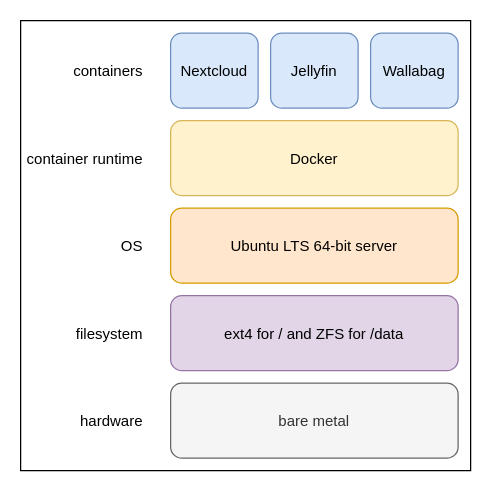
The draw.io diagram book/img/service-stack.drawio in meonkeys/shb, before the edit. Source tidied: cells renumbered, new cells numbered last; positions are measured from the earlier drawing's top-left corner, leaving out a move shared by most shapes. Both pictures are drawn from the tidied source at 125%, with x=0, y=0 at pixel (20, 20).
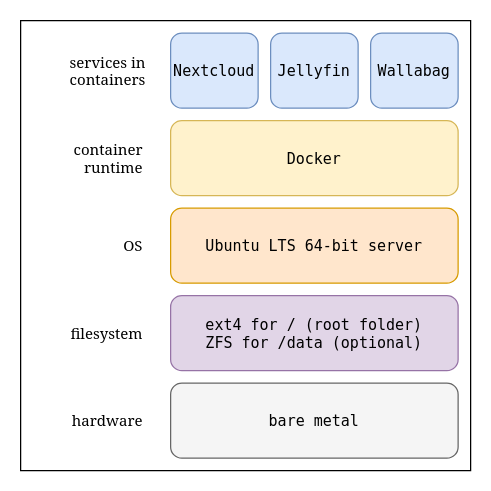
The same page after the edit.

Commit message (it also covers changes not shown here):
improve service stack diagram and caption

Diff of the diagram source:
```diff
@@
 <mxGraphModel>
   <root>
     <mxCell id="0" />
     <mxCell id="1" parent="0" />
     <mxCell id="2" style="rounded=0;whiteSpace=wrap;html=1;" parent="1" vertex="1">
       <mxGeometry width="360" height="360" as="geometry" />
     </mxCell>
-    <mxCell id="3" value="bare metal" style="rounded=1;fillColor=#f5f5f5;fontColor=#333333;strokeColor=#666666;shadow=0;" parent="1" vertex="1">
+    <mxCell id="3" value="bare metal" style="rounded=1;fillColor=#f5f5f5;fontColor=default;strokeColor=#666666;shadow=0;fontFamily=monospace;" parent="1" vertex="1">
       <mxGeometry x="120" y="290" width="230" height="60" as="geometry" />
     </mxCell>
-    <mxCell id="4" value="Ubuntu LTS 64-bit server" style="rounded=1;fillColor=#ffe6cc;strokeColor=#d79b00;shadow=0;" parent="1" vertex="1">
+    <mxCell id="4" value="Ubuntu LTS 64-bit server" style="rounded=1;fillColor=#ffe6cc;strokeColor=#d79b00;shadow=0;fontFamily=monospace;" parent="1" vertex="1">
       <mxGeometry x="120" y="150" width="230" height="60" as="geometry" />
     </mxCell>
-    <mxCell id="5" value="ext4 for / and ZFS for /data" style="rounded=1;fillColor=#e1d5e7;strokeColor=#9673a6;shadow=0;" parent="1" vertex="1">
+    <mxCell id="5" value="ext4 for / (root folder)&#10;ZFS for /data (optional)" style="rounded=1;fillColor=#e1d5e7;strokeColor=#9673a6;shadow=0;fontFamily=monospace;" parent="1" vertex="1">
       <mxGeometry x="120" y="220" width="230" height="60" as="geometry" />
     </mxCell>
-    <mxCell id="6" value="Docker" style="rounded=1;fillColor=#fff2cc;strokeColor=#d6b656;glass=0;shadow=0;verticalAlign=middle;" parent="1" vertex="1">
+    <mxCell id="6" value="Docker" style="rounded=1;fillColor=#fff2cc;strokeColor=#d6b656;glass=0;shadow=0;verticalAlign=middle;fontFamily=monospace;" parent="1" vertex="1">
       <mxGeometry x="120" y="80" width="230" height="60" as="geometry" />
     </mxCell>
-    <mxCell id="7" value="Nextcloud" style="rounded=1;fillColor=#dae8fc;strokeColor=#6c8ebf;rotation=0;shadow=0;" parent="1" vertex="1">
+    <mxCell id="7" value="Nextcloud" style="rounded=1;fillColor=#dae8fc;strokeColor=#6c8ebf;rotation=0;shadow=0;fontFamily=monospace;" parent="1" vertex="1">
       <mxGeometry x="120" y="10" width="70" height="60" as="geometry" />
     </mxCell>
-    <mxCell id="8" value="Jellyfin" style="rounded=1;fillColor=#dae8fc;strokeColor=#6c8ebf;shadow=0;" parent="1" vertex="1">
+    <mxCell id="8" value="Jellyfin" style="rounded=1;fillColor=#dae8fc;strokeColor=#6c8ebf;shadow=0;fontFamily=monospace;" parent="1" vertex="1">
       <mxGeometry x="200" y="10" width="70" height="60" as="geometry" />
     </mxCell>
-    <mxCell id="9" value="Wallabag" style="rounded=1;fillColor=#dae8fc;strokeColor=#6c8ebf;shadow=0;" parent="1" vertex="1">
+    <mxCell id="9" value="Wallabag" style="rounded=1;fillColor=#dae8fc;strokeColor=#6c8ebf;shadow=0;fontFamily=monospace;" parent="1" vertex="1">
       <mxGeometry x="280" y="10" width="70" height="60" as="geometry" />
     </mxCell>
-    <mxCell id="10" value="hardware" style="text;strokeColor=none;align=right;fillColor=none;verticalAlign=middle;rounded=1;shadow=0;" parent="1" vertex="1">
+    <mxCell id="10" value="hardware" style="text;strokeColor=none;align=right;fillColor=none;verticalAlign=middle;rounded=1;shadow=0;fontFamily=Noto Serif;" parent="1" vertex="1">
       <mxGeometry x="40" y="305" width="60" height="30" as="geometry" />
     </mxCell>
-    <mxCell id="11" value="OS" style="text;strokeColor=none;align=right;fillColor=none;verticalAlign=middle;rounded=1;shadow=0;" parent="1" vertex="1">
+    <mxCell id="11" value="OS" style="text;strokeColor=none;align=right;fillColor=none;verticalAlign=middle;rounded=1;shadow=0;fontFamily=Noto Serif;" parent="1" vertex="1">
       <mxGeometry x="40" y="165" width="60" height="30" as="geometry" />
     </mxCell>
-    <mxCell id="12" value="filesystem" style="text;strokeColor=none;align=right;fillColor=none;verticalAlign=middle;rounded=1;shadow=0;" parent="1" vertex="1">
+    <mxCell id="12" value="filesystem" style="text;strokeColor=none;align=right;fillColor=none;verticalAlign=middle;rounded=1;shadow=0;fontFamily=Noto Serif;" parent="1" vertex="1">
       <mxGeometry x="40" y="235" width="60" height="30" as="geometry" />
     </mxCell>
-    <mxCell id="13" value="container runtime" style="text;strokeColor=none;align=right;fillColor=none;verticalAlign=middle;rounded=1;shadow=0;" parent="1" vertex="1">
+    <mxCell id="13" value="container&#10;runtime" style="text;strokeColor=none;align=right;fillColor=none;verticalAlign=middle;rounded=1;shadow=0;fontFamily=Noto Serif;" parent="1" vertex="1">
       <mxGeometry x="40" y="95" width="60" height="30" as="geometry" />
     </mxCell>
-    <mxCell id="14" value="containers" style="text;strokeColor=none;align=right;fillColor=none;verticalAlign=middle;rounded=1;shadow=0;" parent="1" vertex="1">
+    <mxCell id="14" value="services in&#10;containers" style="text;strokeColor=none;align=center;fillColor=none;verticalAlign=middle;rounded=1;shadow=0;fontFamily=Noto Serif;" parent="1" vertex="1">
       <mxGeometry x="40" y="25" width="60" height="30" as="geometry" />
     </mxCell>
   </root>
 </mxGraphModel>
```
